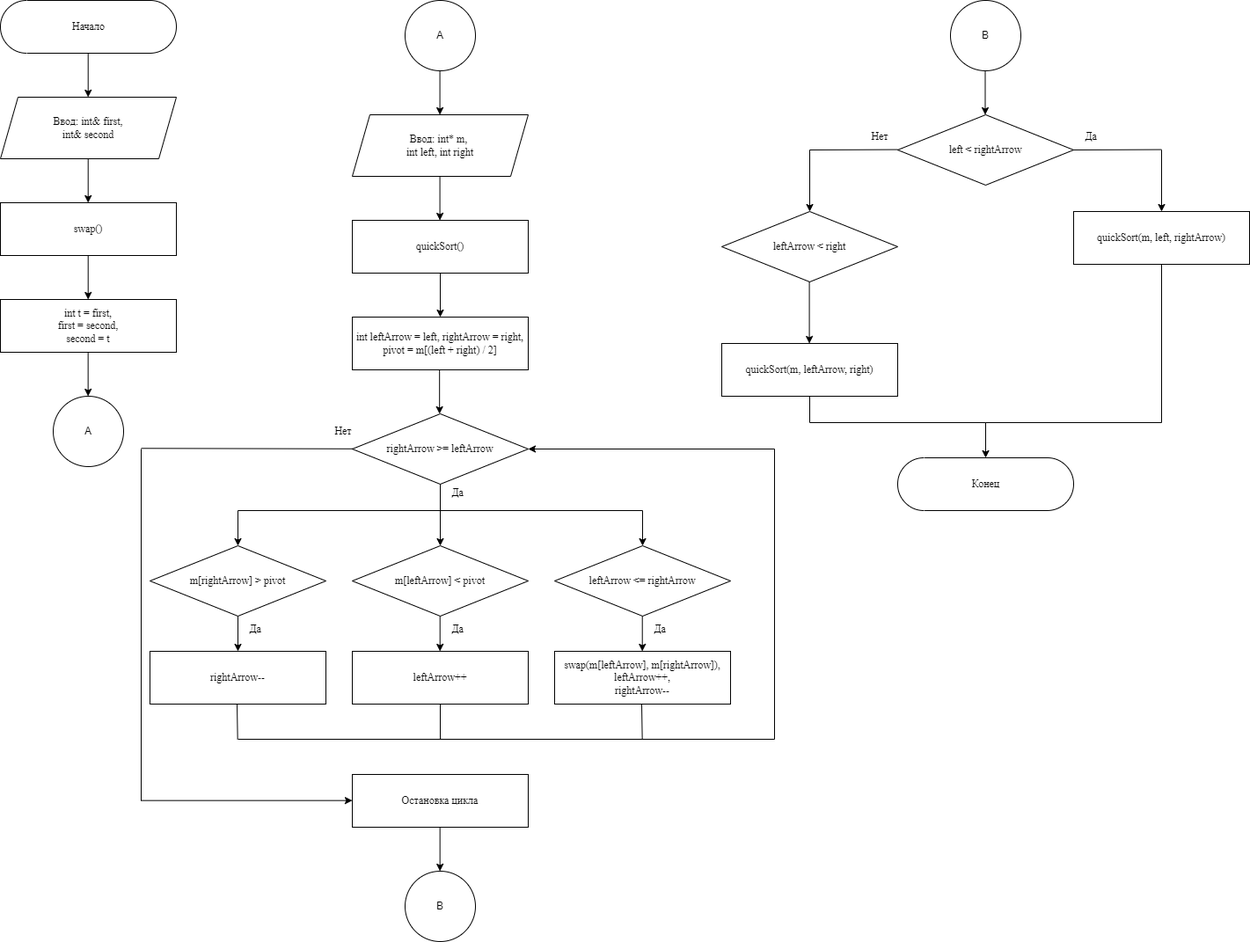
Above: resources/СортировкаХоара.png in snglrtycrvtureofspce/course_work_sorting_and_binary_search_in_an_array (draw.io), before the change. Source tidied: cells renumbered, new cells last; positions are measured from the earlier drawing's top-left corner, leaving out a move shared by most shapes.
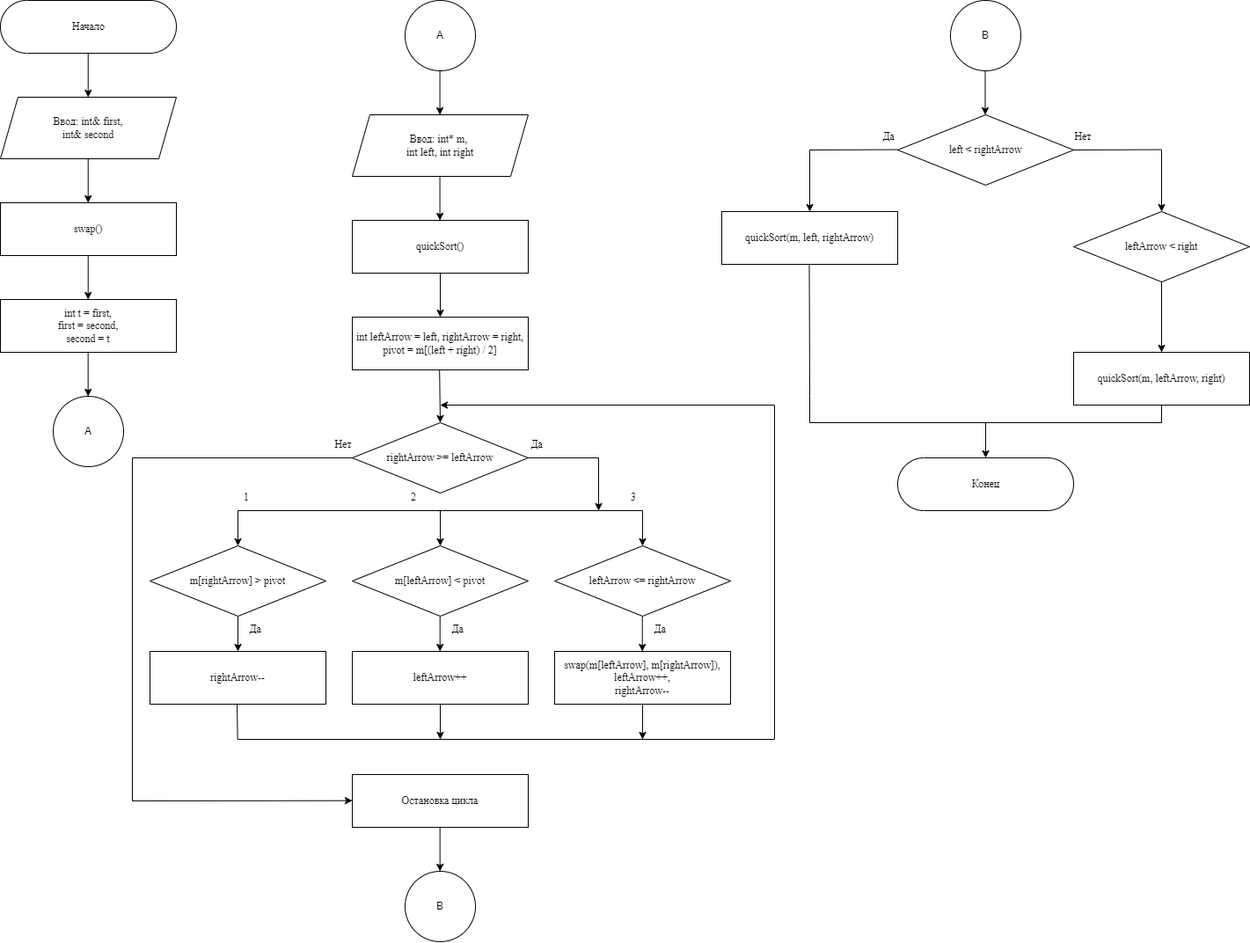
Above is the later version.

The edit, as a diff of the source:
```diff
@@ -71,39 +71,38 @@
     <mxCell id="17" value="&lt;font face=&quot;Times New Roman&quot;&gt;int leftArrow = left, rightArrow = right, pivot = m[(left + right) / 2]&lt;/font&gt;" style="rounded=0;whiteSpace=wrap;html=1;" parent="1" vertex="1">
       <mxGeometry x="400" y="360" width="200" height="60" as="geometry" />
     </mxCell>
-    <mxCell id="18" style="endArrow=classic;html=1;rounded=0;fontFamily=Times New Roman;exitX=0.5;exitY=0.5;exitDx=0;exitDy=30;exitPerimeter=0;entryX=0.5;entryY=0;entryDx=0;entryDy=0;" parent="1" edge="1">
+    <mxCell id="18" style="endArrow=classic;html=1;rounded=0;fontFamily=Times New Roman;exitX=0.5;exitY=0.5;exitDx=0;exitDy=30;exitPerimeter=0;entryX=0.5;entryY=0;entryDx=0;entryDy=0;" parent="1" edge="1" target="19">
       <mxGeometry relative="1" as="geometry">
         <mxPoint x="499.2" y="420" as="sourcePoint" />
-        <mxPoint x="499.2" y="470" as="targetPoint" />
       </mxGeometry>
     </mxCell>
     <mxCell id="19" value="rightArrow &amp;gt;= leftArrow" style="rhombus;whiteSpace=wrap;html=1;fontFamily=Times New Roman;" parent="1" vertex="1">
-      <mxGeometry x="400" y="470" width="200" height="80" as="geometry" />
+      <mxGeometry x="400" y="480" width="200" height="80" as="geometry" />
     </mxCell>
     <mxCell id="20" style="endArrow=none;html=1;rounded=0;" parent="1" edge="1" source="19">
       <mxGeometry relative="1" as="geometry">
-        <mxPoint x="160" y="509.3" as="targetPoint" />
+        <mxPoint x="150" y="520" as="targetPoint" />
       </mxGeometry>
     </mxCell>
     <mxCell id="21" value="m[rightArrow] &amp;gt; pivot" style="rhombus;whiteSpace=wrap;html=1;fontFamily=Times New Roman;" parent="1" vertex="1">
       <mxGeometry x="170" y="620" width="200" height="80" as="geometry" />
     </mxCell>
     <mxCell id="22" value="Нет" style="text;html=1;strokeColor=none;fillColor=none;align=center;verticalAlign=middle;whiteSpace=wrap;rounded=0;fontFamily=Times New Roman;" parent="1" vertex="1">
-      <mxGeometry x="360" y="475" width="60" height="30" as="geometry" />
+      <mxGeometry x="360" y="490" width="60" height="30" as="geometry" />
     </mxCell>
     <mxCell id="23" value="&lt;font face=&quot;Times New Roman&quot;&gt;rightArrow--&lt;/font&gt;" style="rounded=0;whiteSpace=wrap;html=1;" parent="1" vertex="1">
       <mxGeometry x="170" y="740" width="200" height="60" as="geometry" />
     </mxCell>
     <mxCell id="24" value="Да" style="text;html=1;strokeColor=none;fillColor=none;align=center;verticalAlign=middle;whiteSpace=wrap;rounded=0;fontFamily=Times New Roman;" parent="1" vertex="1">
-      <mxGeometry x="490" y="545" width="60" height="30" as="geometry" />
+      <mxGeometry x="580" y="490" width="60" height="30" as="geometry" />
     </mxCell>
     <mxCell id="25" value="Да" style="text;html=1;strokeColor=none;fillColor=none;align=center;verticalAlign=middle;whiteSpace=wrap;rounded=0;fontFamily=Times New Roman;" parent="1" vertex="1">
       <mxGeometry x="490" y="700" width="60" height="30" as="geometry" />
     </mxCell>
     <mxCell id="26" style="endArrow=none;html=1;rounded=0;" parent="1" edge="1">
       <mxGeometry relative="1" as="geometry">
-        <mxPoint x="160" y="510" as="sourcePoint" />
-        <mxPoint x="160" y="910" as="targetPoint" />
+        <mxPoint x="150" y="520" as="sourcePoint" />
+        <mxPoint x="150" y="910" as="targetPoint" />
       </mxGeometry>
     </mxCell>
     <mxCell id="27" style="endArrow=classic;html=1;rounded=0;entryX=0.5;entryY=0;entryDx=0;entryDy=0;" parent="1" edge="1" target="21">
@@ -154,18 +153,6 @@
         <mxPoint x="269" y="800" as="targetPoint" />
       </mxGeometry>
     </mxCell>
-    <mxCell id="38" style="endArrow=none;html=1;rounded=0;" parent="1" edge="1">
-      <mxGeometry relative="1" as="geometry">
-        <mxPoint x="500" y="840" as="sourcePoint" />
-        <mxPoint x="500" y="800" as="targetPoint" />
-      </mxGeometry>
-    </mxCell>
-    <mxCell id="39" style="endArrow=none;html=1;rounded=0;" parent="1" edge="1">
-      <mxGeometry relative="1" as="geometry">
-        <mxPoint x="729.7" y="840" as="sourcePoint" />
-        <mxPoint x="729" y="800" as="targetPoint" />
-      </mxGeometry>
-    </mxCell>
     <mxCell id="40" style="endArrow=none;html=1;rounded=0;" parent="1" edge="1">
       <mxGeometry relative="1" as="geometry">
         <mxPoint x="270" y="840" as="sourcePoint" />
@@ -175,7 +162,7 @@
     <mxCell id="41" style="endArrow=none;html=1;rounded=0;" parent="1" edge="1">
       <mxGeometry relative="1" as="geometry">
         <mxPoint x="880" y="840" as="sourcePoint" />
-        <mxPoint x="880" y="510" as="targetPoint" />
+        <mxPoint x="880" y="460" as="targetPoint" />
       </mxGeometry>
     </mxCell>
     <mxCell id="42" value="Да" style="text;html=1;strokeColor=none;fillColor=none;align=center;verticalAlign=middle;whiteSpace=wrap;rounded=0;fontFamily=Times New Roman;" parent="1" vertex="1">
@@ -190,20 +177,9 @@
         <mxPoint x="730" y="580" as="targetPoint" />
       </mxGeometry>
     </mxCell>
-    <mxCell id="45" style="endArrow=classic;html=1;rounded=0;entryX=1;entryY=0.5;entryDx=0;entryDy=0;" parent="1" edge="1" target="19">
-      <mxGeometry relative="1" as="geometry">
-        <mxPoint x="880" y="510" as="sourcePoint" />
-      </mxGeometry>
-    </mxCell>
-    <mxCell id="46" style="endArrow=none;html=1;rounded=0;" parent="1" edge="1">
-      <mxGeometry relative="1" as="geometry">
-        <mxPoint x="500" y="580" as="sourcePoint" />
-        <mxPoint x="500" y="550" as="targetPoint" />
-      </mxGeometry>
-    </mxCell>
     <mxCell id="47" style="endArrow=classic;html=1;rounded=0;" parent="1" edge="1">
       <mxGeometry relative="1" as="geometry">
-        <mxPoint x="160" y="909.7" as="sourcePoint" />
+        <mxPoint x="150" y="910" as="sourcePoint" />
         <mxPoint x="400" y="909.7" as="targetPoint" />
       </mxGeometry>
     </mxCell>
@@ -220,7 +196,7 @@
       <mxGeometry x="1020" y="130" width="200" height="80" as="geometry" />
     </mxCell>
     <mxCell id="51" value="leftArrow &amp;lt; right" style="rhombus;whiteSpace=wrap;html=1;fontFamily=Times New Roman;" parent="1" vertex="1">
-      <mxGeometry x="820" y="240" width="200" height="80" as="geometry" />
+      <mxGeometry x="1220" y="240" width="200" height="80" as="geometry" />
     </mxCell>
     <mxCell id="52" value="B" style="ellipse;whiteSpace=wrap;html=1;" parent="1" vertex="1">
       <mxGeometry x="460" y="990" width="80" height="80" as="geometry" />
@@ -253,10 +229,10 @@
       </mxGeometry>
     </mxCell>
     <mxCell id="58" value="Нет" style="text;html=1;strokeColor=none;fillColor=none;align=center;verticalAlign=middle;whiteSpace=wrap;rounded=0;fontFamily=Times New Roman;" parent="1" vertex="1">
-      <mxGeometry x="970" y="140" width="60" height="30" as="geometry" />
+      <mxGeometry x="1201" y="140" width="60" height="30" as="geometry" />
     </mxCell>
     <mxCell id="59" value="Да" style="text;html=1;strokeColor=none;fillColor=none;align=center;verticalAlign=middle;whiteSpace=wrap;rounded=0;fontFamily=Times New Roman;" parent="1" vertex="1">
-      <mxGeometry x="1210" y="140" width="60" height="30" as="geometry" />
+      <mxGeometry x="980" y="140" width="60" height="30" as="geometry" />
     </mxCell>
     <mxCell id="60" style="endArrow=classic;html=1;rounded=0;" parent="1" edge="1">
       <mxGeometry relative="1" as="geometry">
@@ -265,22 +241,21 @@
       </mxGeometry>
     </mxCell>
     <mxCell id="61" value="&lt;font face=&quot;Times New Roman&quot;&gt;quickSort(m, left, rightArrow)&lt;/font&gt;" style="rounded=0;whiteSpace=wrap;html=1;" parent="1" vertex="1">
-      <mxGeometry x="1220" y="240" width="200" height="60" as="geometry" />
+      <mxGeometry x="820" y="240" width="200" height="60" as="geometry" />
     </mxCell>
     <mxCell id="62" style="endArrow=none;html=1;rounded=0;" parent="1" edge="1">
       <mxGeometry relative="1" as="geometry">
-        <mxPoint x="1320" y="480" as="sourcePoint" />
-        <mxPoint x="1320" y="300" as="targetPoint" />
+        <mxPoint x="920" y="450" as="sourcePoint" />
+        <mxPoint x="919.5" y="300" as="targetPoint" />
       </mxGeometry>
     </mxCell>
-    <mxCell id="63" style="endArrow=classic;html=1;rounded=0;" parent="1" edge="1">
+    <mxCell id="63" style="endArrow=classic;html=1;rounded=0;exitX=0.5;exitY=1;exitDx=0;exitDy=0;" parent="1" edge="1" source="51">
       <mxGeometry relative="1" as="geometry">
-        <mxPoint x="919.6" y="320" as="sourcePoint" />
-        <mxPoint x="919.6" y="390" as="targetPoint" />
+        <mxPoint x="1320" y="400" as="targetPoint" />
       </mxGeometry>
     </mxCell>
     <mxCell id="64" value="&lt;font face=&quot;Times New Roman&quot;&gt;quickSort(m, leftArrow, right)&lt;/font&gt;" style="rounded=0;whiteSpace=wrap;html=1;" parent="1" vertex="1">
-      <mxGeometry x="820" y="390" width="200" height="60" as="geometry" />
+      <mxGeometry x="1220" y="400" width="200" height="60" as="geometry" />
     </mxCell>
     <mxCell id="65" style="endArrow=none;html=1;rounded=0;" parent="1" edge="1">
       <mxGeometry relative="1" as="geometry">
@@ -309,5 +284,46 @@
     <mxCell id="69" value="&lt;font face=&quot;Times New Roman&quot;&gt;Конец&lt;/font&gt;" style="html=1;dashed=0;whitespace=wrap;shape=mxgraph.dfd.start;" parent="1" vertex="1">
       <mxGeometry x="1020" y="520" width="200" height="60" as="geometry" />
     </mxCell>
+    <mxCell id="70" style="endArrow=classic;html=1;rounded=0;" parent="1" edge="1">
+      <mxGeometry relative="1" as="geometry">
+        <mxPoint x="880" y="460" as="sourcePoint" />
+        <mxPoint x="500" y="460" as="targetPoint" />
+      </mxGeometry>
+    </mxCell>
+    <mxCell id="71" value="1" style="text;html=1;strokeColor=none;fillColor=none;align=center;verticalAlign=middle;whiteSpace=wrap;rounded=0;fontFamily=Times New Roman;" parent="1" vertex="1">
+      <mxGeometry x="250" y="550" width="60" height="30" as="geometry" />
+    </mxCell>
+    <mxCell id="72" value="2" style="text;html=1;strokeColor=none;fillColor=none;align=center;verticalAlign=middle;whiteSpace=wrap;rounded=0;fontFamily=Times New Roman;" parent="1" vertex="1">
+      <mxGeometry x="440" y="550" width="60" height="30" as="geometry" />
+    </mxCell>
+    <mxCell id="73" value="3" style="text;html=1;strokeColor=none;fillColor=none;align=center;verticalAlign=middle;whiteSpace=wrap;rounded=0;fontFamily=Times New Roman;" parent="1" vertex="1">
+      <mxGeometry x="690" y="550" width="60" height="30" as="geometry" />
+    </mxCell>
+    <mxCell id="74" style="endArrow=classic;html=1;rounded=0;exitX=0.5;exitY=1;exitDx=0;exitDy=0;" parent="1" edge="1" source="35">
+      <mxGeometry relative="1" as="geometry">
+        <mxPoint x="500" y="840" as="targetPoint" />
+      </mxGeometry>
+    </mxCell>
+    <mxCell id="75" style="endArrow=classic;html=1;rounded=0;exitX=0.5;exitY=1;exitDx=0;exitDy=0;" parent="1" edge="1" source="36">
+      <mxGeometry relative="1" as="geometry">
+        <mxPoint x="730" y="840" as="targetPoint" />
+      </mxGeometry>
+    </mxCell>
+    <mxCell id="76" style="endArrow=none;html=1;rounded=0;exitX=1;exitY=0.5;exitDx=0;exitDy=0;" parent="1" edge="1" source="19">
+      <mxGeometry relative="1" as="geometry">
+        <mxPoint x="680" y="520" as="targetPoint" />
+      </mxGeometry>
+    </mxCell>
+    <mxCell id="77" style="endArrow=classic;html=1;rounded=0;" parent="1" edge="1">
+      <mxGeometry relative="1" as="geometry">
+        <mxPoint x="680" y="520" as="sourcePoint" />
+        <mxPoint x="680" y="580" as="targetPoint" />
+      </mxGeometry>
+    </mxCell>
+    <mxCell id="78" style="endArrow=none;html=1;rounded=0;entryX=0.5;entryY=1;entryDx=0;entryDy=0;" parent="1" edge="1" target="64">
+      <mxGeometry relative="1" as="geometry">
+        <mxPoint x="1320" y="480" as="sourcePoint" />
+      </mxGeometry>
+    </mxCell>
   </root>
 </mxGraphModel>
```
